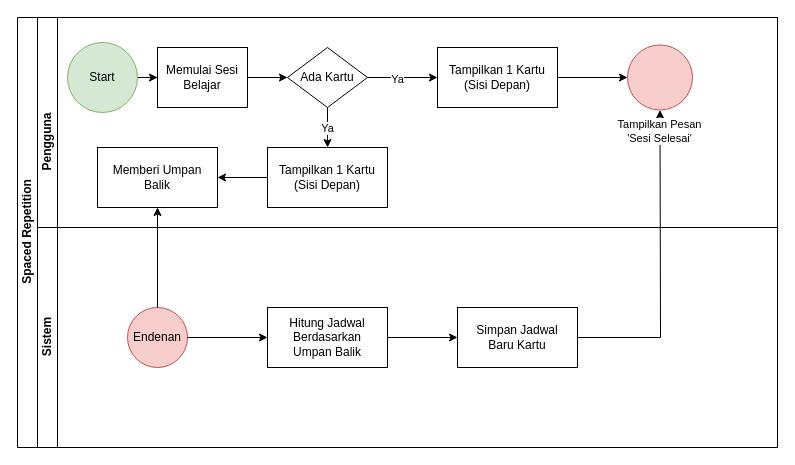
This is Untitled Diagram.drawio from Naufaldialfaghani/galeri-draw.io, a draw.io file, before an edit. Source tidied: cells renumbered, new cells numbered last; positions are measured from the earlier drawing's top-left corner, leaving out a move shared by most shapes. Both pictures are drawn from the tidied source at 100%, with x=0, y=0 at pixel (17, 17).
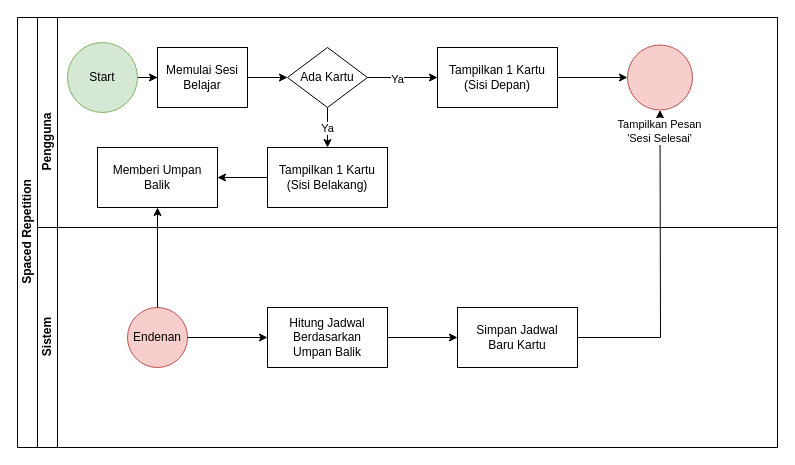
After the change.

The change refers to these unchanged cells:
```xml
<mxCell id="3" value="Pengguna" style="swimlane;html=1;startSize=20;horizontal=0;align=center;spacingRight=-180;" parent="2" vertex="1">
  <mxGeometry x="20" width="740" height="430" as="geometry" />
</mxCell>
```

Change to the diagram source:
```diff
@@
-    <mxCell id="20" value="Tampilkan 1 Kartu&lt;div&gt;(Sisi Depan)&lt;/div&gt;" style="rounded=0;whiteSpace=wrap;html=1;" parent="3" vertex="1">
+    <mxCell id="20" value="Tampilkan 1 Kartu&lt;div&gt;(Sisi Belakang)&lt;/div&gt;" style="rounded=0;whiteSpace=wrap;html=1;" parent="3" vertex="1">
       <mxGeometry x="230" y="130" width="120" height="60" as="geometry" />
     </mxCell>
```
